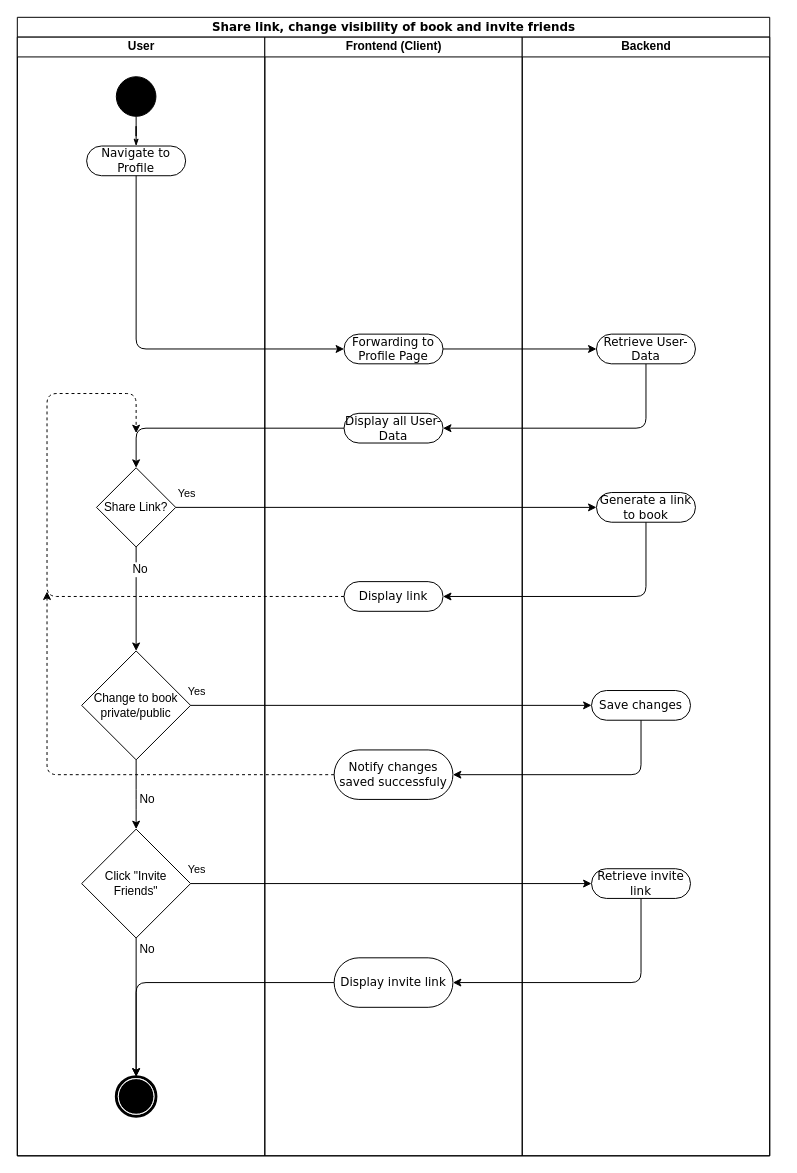
Before: design/sharelink_visibility_invite.drawio in ninjeanne/bookly, a draw.io diagram. Source tidied: cells renumbered, new cells numbered last; positions are measured from the earlier drawing's top-left corner, leaving out a move shared by most shapes. Both pictures are drawn from the tidied source at 99%, with x=0, y=0 at pixel (17, 17).
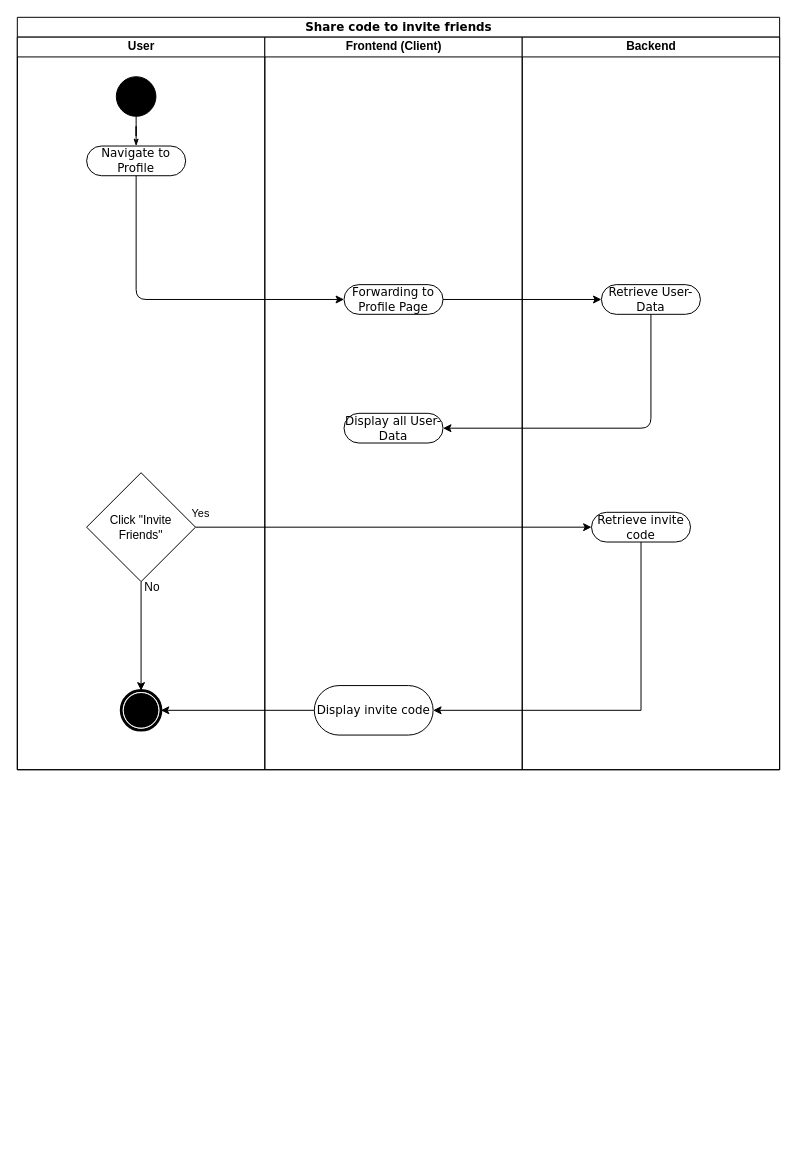
The same diagram, later.

Commit message (it also covers changes not shown here):
correct share uc

Unchanged cells that the change refers to:
```xml
<mxCell id="6" value="Navigate to Profile" style="rounded=1;whiteSpace=wrap;html=1;shadow=0;comic=0;labelBackgroundColor=none;strokeColor=#000000;strokeWidth=1;fillColor=#ffffff;fontFamily=Verdana;fontSize=12;fontColor=#000000;align=center;arcSize=50;" parent="3" vertex="1">
  <mxGeometry x="70" y="110" width="100" height="30" as="geometry" />
</mxCell>
```

What changed in the source:
```diff
@@
-    <mxCell id="2" value="Share link, change visibility of book and invite friends" style="swimlane;html=1;startSize=20;rounded=0;shadow=0;comic=0;labelBackgroundColor=none;strokeColor=#000000;strokeWidth=1;fillColor=#ffffff;fontFamily=Verdana;fontSize=12;fontColor=#000000;align=center;" parent="1" vertex="1">
-      <mxGeometry width="760" height="1150" as="geometry" />
+    <mxCell id="2" value="Share code to invite friends" style="swimlane;html=1;startSize=20;rounded=0;shadow=0;comic=0;labelBackgroundColor=none;strokeColor=#000000;strokeWidth=1;fillColor=#ffffff;fontFamily=Verdana;fontSize=12;fontColor=#000000;align=center;" parent="1" vertex="1">
+      <mxGeometry width="770" height="760" as="geometry" />
     </mxCell>
     <mxCell id="3" value="User" style="swimlane;html=1;startSize=20;" parent="2" vertex="1">
-      <mxGeometry y="20" width="250" height="1130" as="geometry" />
+      <mxGeometry y="20" width="250" height="740" as="geometry" />
     </mxCell>
     <mxCell id="4" style="shape=mxgraph.bpmn.shape;html=1;verticalLabelPosition=bottom;labelBackgroundColor=#ffffff;verticalAlign=top;perimeter=ellipsePerimeter;outline=end;symbol=terminate;rounded=0;shadow=0;comic=0;strokeColor=#000000;strokeWidth=1;fillColor=#ffffff;fontFamily=Verdana;fontSize=12;fontColor=#000000;align=center;" parent="3" vertex="1">
-      <mxGeometry x="100" y="1050" width="40" height="40" as="geometry" />
+      <mxGeometry x="105" y="660" width="40" height="40" as="geometry" />
     </mxCell>
@@
-    <mxCell id="8" value="Share Link?" style="rhombus;whiteSpace=wrap;html=1;" parent="3" vertex="1">
-      <mxGeometry x="80" y="435" width="80" height="80" as="geometry" />
-    </mxCell>
-    <mxCell id="9" value="Click &quot;Invite Friends&quot;" style="rhombus;whiteSpace=wrap;html=1;" parent="3" vertex="1">
-      <mxGeometry x="65" y="800" width="110" height="110" as="geometry" />
-    </mxCell>
-    <mxCell id="10" style="endArrow=classic;html=1;exitX=0.5;exitY=1;exitDx=0;exitDy=0;entryX=0.5;entryY=0;entryDx=0;entryDy=0;" parent="3" edge="1" source="8" target="12">
-      <mxGeometry relative="1" as="geometry">
-        <Array as="points">
-          <mxPoint x="120" y="620" />
-        </Array>
-      </mxGeometry>
-    </mxCell>
-    <mxCell id="11" value="No" style="text;html=1;align=center;verticalAlign=middle;labelBackgroundColor=#ffffff;" parent="10" vertex="1">
-      <mxGeometry x="-0.59" y="2" relative="1" as="geometry">
-        <mxPoint x="1" as="offset" />
-      </mxGeometry>
-    </mxCell>
-    <mxCell id="12" value="Change to book private/public" style="rhombus;whiteSpace=wrap;html=1;" parent="3" vertex="1">
-      <mxGeometry x="65" y="620" width="110" height="110" as="geometry" />
-    </mxCell>
-    <mxCell id="13" style="endArrow=classic;html=1;exitX=0.5;exitY=1;exitDx=0;exitDy=0;entryX=0.5;entryY=0;entryDx=0;entryDy=0;" parent="3" edge="1" source="12" target="9">
-      <mxGeometry relative="1" as="geometry">
-        <Array as="points">
-          <mxPoint x="120" y="770" />
-        </Array>
-      </mxGeometry>
-    </mxCell>
-    <mxCell id="14" value="No" style="text;html=1;align=center;verticalAlign=middle;labelBackgroundColor=#ffffff;" parent="13" vertex="1">
-      <mxGeometry x="-0.59" y="2" relative="1" as="geometry">
-        <mxPoint x="8" y="25.8" as="offset" />
-      </mxGeometry>
-    </mxCell>
@@
-    <mxCell id="17" style="endArrow=classic;html=1;exitX=0;exitY=0.5;exitDx=0;exitDy=0;entryX=0.5;entryY=0;entryDx=0;entryDy=0;" parent="2" edge="1" source="22" target="8">
-      <mxGeometry relative="1" as="geometry">
-        <Array as="points">
-          <mxPoint x="120" y="415" />
-        </Array>
-      </mxGeometry>
-    </mxCell>
+    <mxCell id="9" value="Click &quot;Invite Friends&quot;" style="rhombus;whiteSpace=wrap;html=1;" parent="3" vertex="1">
+      <mxGeometry x="70" y="440" width="110" height="110" as="geometry" />
+    </mxCell>
     <mxCell id="18" style="endArrow=classic;html=1;exitX=0.5;exitY=1;exitDx=0;exitDy=0;entryX=1;entryY=0.5;entryDx=0;entryDy=0;" parent="2" edge="1" source="27" target="22">
       <mxGeometry relative="1" as="geometry">
         <Array as="points">
-          <mxPoint x="635" y="415" />
+          <mxPoint x="640" y="415" />
         </Array>
       </mxGeometry>
     </mxCell>
     <mxCell id="19" value="Frontend (Client)" style="swimlane;html=1;startSize=20;" parent="2" vertex="1">
-      <mxGeometry x="250" y="20" width="260" height="1130" as="geometry" />
+      <mxGeometry x="250" y="20" width="260" height="740" as="geometry" />
     </mxCell>
-    <mxCell id="20" value="Display link" style="rounded=1;whiteSpace=wrap;html=1;shadow=0;comic=0;labelBackgroundColor=none;strokeColor=#000000;strokeWidth=1;fillColor=#ffffff;fontFamily=Verdana;fontSize=12;fontColor=#000000;align=center;arcSize=50;" parent="19" vertex="1">
-      <mxGeometry x="80" y="550" width="100" height="30" as="geometry" />
-    </mxCell>
+    <mxCell id="24" value="Display invite code" style="rounded=1;whiteSpace=wrap;html=1;shadow=0;comic=0;labelBackgroundColor=none;strokeColor=#000000;strokeWidth=1;fillColor=#ffffff;fontFamily=Verdana;fontSize=12;fontColor=#000000;align=center;arcSize=50;" parent="19" vertex="1">
+      <mxGeometry x="50" y="655" width="120" height="50" as="geometry" />
+    </mxCell>
+    <mxCell id="22" value="Display all User-Data" style="rounded=1;whiteSpace=wrap;html=1;shadow=0;comic=0;labelBackgroundColor=none;strokeColor=#000000;strokeWidth=1;fillColor=#ffffff;fontFamily=Verdana;fontSize=12;fontColor=#000000;align=center;arcSize=50;" parent="19" vertex="1">
+      <mxGeometry x="80" y="380" width="100" height="30" as="geometry" />
+    </mxCell>
     <mxCell id="21" value="Forwarding to Profile Page" style="rounded=1;whiteSpace=wrap;html=1;shadow=0;comic=0;labelBackgroundColor=none;strokeColor=#000000;strokeWidth=1;fillColor=#ffffff;fontFamily=Verdana;fontSize=12;fontColor=#000000;align=center;arcSize=50;" parent="19" vertex="1">
-      <mxGeometry x="80" y="300" width="100" height="30" as="geometry" />
+      <mxGeometry x="80" y="250" width="100" height="30" as="geometry" />
     </mxCell>
-    <mxCell id="22" value="Display all User-Data" style="rounded=1;whiteSpace=wrap;html=1;shadow=0;comic=0;labelBackgroundColor=none;strokeColor=#000000;strokeWidth=1;fillColor=#ffffff;fontFamily=Verdana;fontSize=12;fontColor=#000000;align=center;arcSize=50;" parent="19" vertex="1">
-      <mxGeometry x="80" y="380" width="100" height="30" as="geometry" />
-    </mxCell>
-    <mxCell id="23" value="Notify changes saved successfuly" style="rounded=1;whiteSpace=wrap;html=1;shadow=0;comic=0;labelBackgroundColor=none;strokeColor=#000000;strokeWidth=1;fillColor=#ffffff;fontFamily=Verdana;fontSize=12;fontColor=#000000;align=center;arcSize=50;" parent="19" vertex="1">
-      <mxGeometry x="70" y="720" width="120" height="50" as="geometry" />
-    </mxCell>
-    <mxCell id="24" value="Display invite link" style="rounded=1;whiteSpace=wrap;html=1;shadow=0;comic=0;labelBackgroundColor=none;strokeColor=#000000;strokeWidth=1;fillColor=#ffffff;fontFamily=Verdana;fontSize=12;fontColor=#000000;align=center;arcSize=50;" parent="19" vertex="1">
-      <mxGeometry x="70" y="930" width="120" height="50" as="geometry" />
-    </mxCell>
     <mxCell id="25" value="Backend" style="swimlane;html=1;startSize=20;" parent="2" vertex="1">
-      <mxGeometry x="510" y="20" width="250" height="1130" as="geometry" />
+      <mxGeometry x="510" y="20" width="260" height="740" as="geometry" />
     </mxCell>
-    <mxCell id="26" value="Retrieve invite link" style="rounded=1;whiteSpace=wrap;html=1;shadow=0;comic=0;labelBackgroundColor=none;strokeColor=#000000;strokeWidth=1;fillColor=#ffffff;fontFamily=Verdana;fontSize=12;fontColor=#000000;align=center;arcSize=50;" parent="25" vertex="1">
-      <mxGeometry x="70" y="840" width="100" height="30" as="geometry" />
+    <mxCell id="26" value="Retrieve invite code" style="rounded=1;whiteSpace=wrap;html=1;shadow=0;comic=0;labelBackgroundColor=none;strokeColor=#000000;strokeWidth=1;fillColor=#ffffff;fontFamily=Verdana;fontSize=12;fontColor=#000000;align=center;arcSize=50;" parent="25" vertex="1">
+      <mxGeometry x="70" y="480" width="100" height="30" as="geometry" />
     </mxCell>
     <mxCell id="27" value="Retrieve User-Data" style="rounded=1;whiteSpace=wrap;html=1;shadow=0;comic=0;labelBackgroundColor=none;strokeColor=#000000;strokeWidth=1;fillColor=#ffffff;fontFamily=Verdana;fontSize=12;fontColor=#000000;align=center;arcSize=50;" parent="25" vertex="1">
-      <mxGeometry x="75" y="300" width="100" height="30" as="geometry" />
+      <mxGeometry x="80" y="250" width="100" height="30" as="geometry" />
     </mxCell>
-    <mxCell id="28" value="Save changes" style="rounded=1;whiteSpace=wrap;html=1;shadow=0;comic=0;labelBackgroundColor=none;strokeColor=#000000;strokeWidth=1;fillColor=#ffffff;fontFamily=Verdana;fontSize=12;fontColor=#000000;align=center;arcSize=50;" parent="25" vertex="1">
-      <mxGeometry x="70" y="660" width="100" height="30" as="geometry" />
-    </mxCell>
-    <mxCell id="29" value="Generate a link to book" style="rounded=1;whiteSpace=wrap;html=1;shadow=0;comic=0;labelBackgroundColor=none;strokeColor=#000000;strokeWidth=1;fillColor=#ffffff;fontFamily=Verdana;fontSize=12;fontColor=#000000;align=center;arcSize=50;" parent="25" vertex="1">
-      <mxGeometry x="75" y="460" width="100" height="30" as="geometry" />
-    </mxCell>
@@
     <mxCell id="31" style="endArrow=classic;html=1;exitX=0.5;exitY=1;exitDx=0;exitDy=0;entryX=0;entryY=0.5;entryDx=0;entryDy=0;" parent="2" edge="1" source="6" target="21">
       <mxGeometry relative="1" as="geometry">
         <Array as="points">
-          <mxPoint x="120" y="335" />
+          <mxPoint x="120" y="285" />
         </Array>
       </mxGeometry>
     </mxCell>
-    <mxCell id="32" style="endArrow=classic;html=1;exitX=1;exitY=0.5;exitDx=0;exitDy=0;entryX=0;entryY=0.5;entryDx=0;entryDy=0;" parent="2" edge="1" source="8" target="29">
-      <mxGeometry relative="1" as="geometry" />
-    </mxCell>
-    <mxCell id="33" value="Yes" style="edgeLabel;html=1;align=center;verticalAlign=middle;" parent="32" vertex="1">
-      <mxGeometry x="-0.53" y="-2" relative="1" as="geometry">
-        <mxPoint x="-90" y="-17" as="offset" />
-      </mxGeometry>
-    </mxCell>
-    <mxCell id="34" style="endArrow=classic;html=1;exitX=0.5;exitY=1;exitDx=0;exitDy=0;entryX=1;entryY=0.5;entryDx=0;entryDy=0;" parent="2" edge="1" source="29" target="20">
-      <mxGeometry relative="1" as="geometry">
-        <Array as="points">
-          <mxPoint x="635" y="585" />
-        </Array>
-      </mxGeometry>
-    </mxCell>
-    <mxCell id="35" style="endArrow=classic;html=1;exitX=1;exitY=0.5;exitDx=0;exitDy=0;entryX=0;entryY=0.5;entryDx=0;entryDy=0;" parent="2" edge="1" source="12" target="28">
-      <mxGeometry relative="1" as="geometry" />
-    </mxCell>
-    <mxCell id="36" value="Yes" style="edgeLabel;html=1;align=center;verticalAlign=middle;" parent="35" vertex="1">
-      <mxGeometry x="-0.53" y="-2" relative="1" as="geometry">
-        <mxPoint x="-90" y="-17" as="offset" />
-      </mxGeometry>
-    </mxCell>
-    <mxCell id="37" style="endArrow=classic;html=1;entryX=1;entryY=0.5;entryDx=0;entryDy=0;exitX=0.5;exitY=1;exitDx=0;exitDy=0;" parent="2" edge="1" source="28" target="23">
-      <mxGeometry relative="1" as="geometry">
-        <Array as="points">
-          <mxPoint x="630" y="765" />
-        </Array>
-      </mxGeometry>
-    </mxCell>
@@
-    <mxCell id="40" style="endArrow=classic;html=1;entryX=1;entryY=0.5;entryDx=0;entryDy=0;exitX=0.5;exitY=1;exitDx=0;exitDy=0;" parent="2" edge="1" source="26" target="24">
+    <mxCell id="40" style="edgeStyle=orthogonalEdgeStyle;rounded=0;jettySize=auto;html=1;entryX=1;entryY=0.5;entryDx=0;entryDy=0;" parent="2" edge="1" source="26" target="24">
       <mxGeometry relative="1" as="geometry">
         <Array as="points">
-          <mxPoint x="630" y="975" />
+          <mxPoint x="630" y="700" />
         </Array>
       </mxGeometry>
     </mxCell>
-    <mxCell id="41" style="endArrow=classic;html=1;entryX=0.5;entryY=0;entryDx=0;entryDy=0;exitX=0;exitY=0.5;exitDx=0;exitDy=0;" parent="2" edge="1" source="24" target="4">
-      <mxGeometry relative="1" as="geometry">
-        <Array as="points">
-          <mxPoint x="120" y="975" />
-        </Array>
-      </mxGeometry>
+    <mxCell id="41" style="edgeStyle=orthogonalEdgeStyle;rounded=0;jettySize=auto;html=1;entryX=1;entryY=0.5;entryDx=0;entryDy=0;" parent="2" edge="1" source="24" target="4">
+      <mxGeometry relative="1" as="geometry" />
     </mxCell>
-    <mxCell id="42" style="endArrow=classic;html=1;exitX=0;exitY=0.5;exitDx=0;exitDy=0;dashed=1;" parent="1" edge="1" source="20">
-      <mxGeometry relative="1" as="geometry">
-        <mxPoint x="120" y="420" as="targetPoint" />
-        <Array as="points">
-          <mxPoint x="30" y="585" />
-          <mxPoint x="30" y="380" />
-          <mxPoint x="120" y="380" />
-        </Array>
-      </mxGeometry>
-    </mxCell>
-    <mxCell id="43" style="endArrow=classic;html=1;dashed=1;exitX=0;exitY=0.5;exitDx=0;exitDy=0;" parent="1" edge="1" source="23">
-      <mxGeometry relative="1" as="geometry">
-        <mxPoint x="30" y="580" as="targetPoint" />
-        <Array as="points">
-          <mxPoint x="30" y="765" />
-        </Array>
-      </mxGeometry>
-    </mxCell>
```
